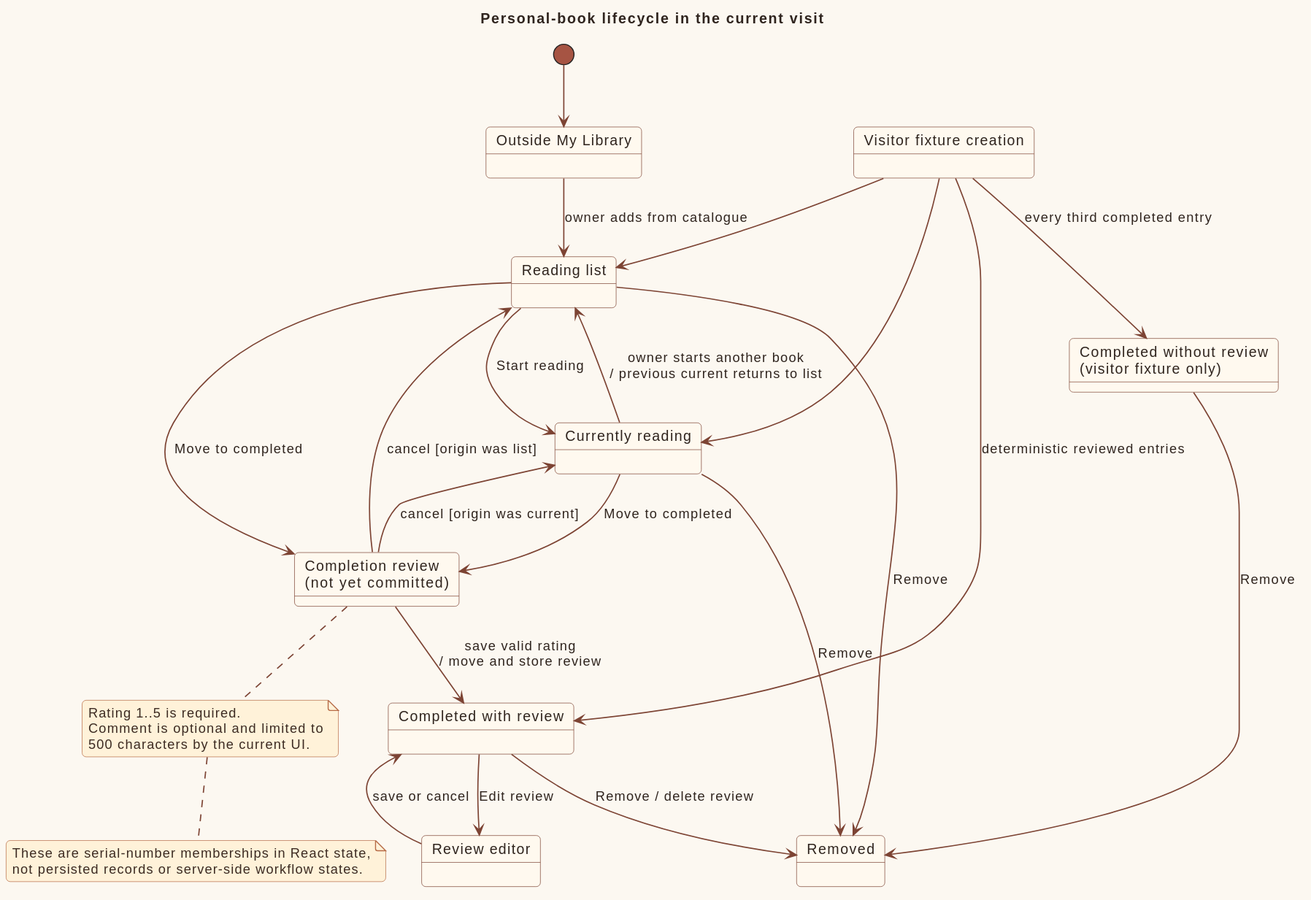
Above: docs/diagrams/rendered/personal-book-lifecycle.svg in colinhia/digital-singlit-bookshelf-poc (PlantUML), before the change. Source of this version:
```plantuml
@startuml
!include _theme.iuml

title Personal-book lifecycle in the current visit

state "Outside My Library" as Outside
state "Reading list" as ReadingList
state "Currently reading" as Current
state "Completion review\n(not yet committed)" as CompletionReview
state "Completed with review" as CompletedReviewed
state "Completed without review\n(visitor fixture only)" as CompletedUnreviewed
state "Review editor" as ReviewEditor
state "Removed" as Removed

[*] --> Outside
Outside --> ReadingList : owner adds from catalogue
ReadingList --> Current : Start reading
Current --> ReadingList : owner starts another book\n/ previous current returns to list
ReadingList --> CompletionReview : Move to completed
Current --> CompletionReview : Move to completed
CompletionReview --> ReadingList : cancel [origin was list]
CompletionReview --> Current : cancel [origin was current]
CompletionReview --> CompletedReviewed : save valid rating\n/ move and store review
CompletedReviewed --> ReviewEditor : Edit review
ReviewEditor --> CompletedReviewed : save or cancel
ReadingList --> Removed : Remove
Current --> Removed : Remove
CompletedReviewed --> Removed : Remove / delete review
CompletedUnreviewed --> Removed : Remove

state "Visitor fixture creation" as VisitorFixture
VisitorFixture --> CompletedReviewed : deterministic reviewed entries
VisitorFixture --> CompletedUnreviewed : every third completed entry
VisitorFixture --> Current
VisitorFixture --> ReadingList

note bottom of CompletionReview
  Rating 1..5 is required.
  Comment is optional and limited to
  500 characters by the current UI.
end note

note bottom
  These are serial-number memberships in React state,
  not persisted records or server-side workflow states.
end note
@enduml
```
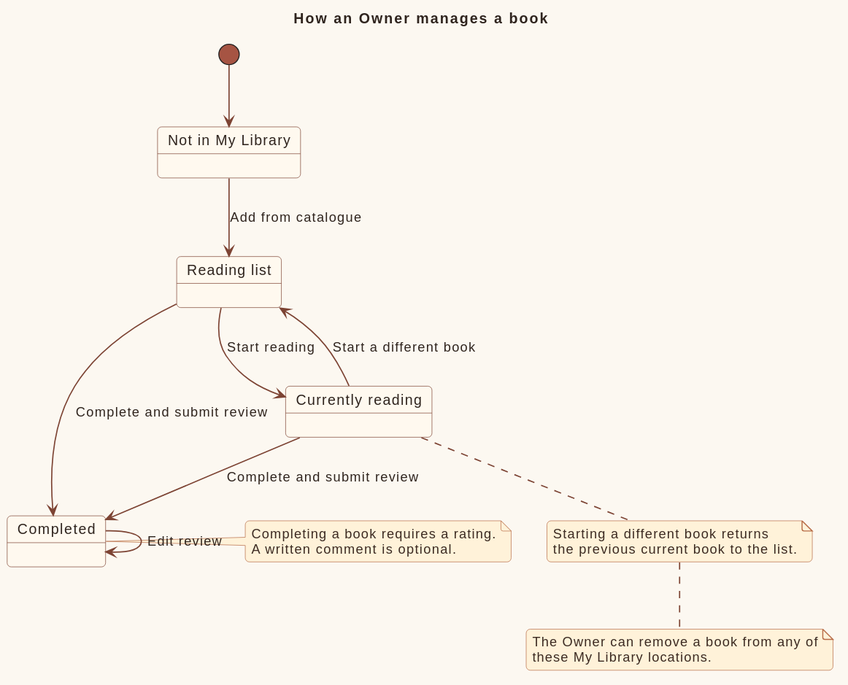
Later version of the same file.

Diff of the diagram source:
```diff
@@ -1,47 +1,33 @@
 @startuml
 !include _theme.iuml
 
-title Personal-book lifecycle in the current visit
+title How an Owner manages a book
 
-state "Outside My Library" as Outside
+state "Not in My Library" as Outside
 state "Reading list" as ReadingList
 state "Currently reading" as Current
-state "Completion review\n(not yet committed)" as CompletionReview
-state "Completed with review" as CompletedReviewed
-state "Completed without review\n(visitor fixture only)" as CompletedUnreviewed
-state "Review editor" as ReviewEditor
-state "Removed" as Removed
+state "Completed" as Completed
 
 [*] --> Outside
-Outside --> ReadingList : owner adds from catalogue
+Outside --> ReadingList : Add from catalogue
 ReadingList --> Current : Start reading
-Current --> ReadingList : owner starts another book\n/ previous current returns to list
-ReadingList --> CompletionReview : Move to completed
-Current --> CompletionReview : Move to completed
-CompletionReview --> ReadingList : cancel [origin was list]
-CompletionReview --> Current : cancel [origin was current]
-CompletionReview --> CompletedReviewed : save valid rating\n/ move and store review
-CompletedReviewed --> ReviewEditor : Edit review
-ReviewEditor --> CompletedReviewed : save or cancel
-ReadingList --> Removed : Remove
-Current --> Removed : Remove
-CompletedReviewed --> Removed : Remove / delete review
-CompletedUnreviewed --> Removed : Remove
+Current --> ReadingList : Start a different book
+ReadingList --> Completed : Complete and submit review
+Current --> Completed : Complete and submit review
+Completed --> Completed : Edit review
 
-state "Visitor fixture creation" as VisitorFixture
-VisitorFixture --> CompletedReviewed : deterministic reviewed entries
-VisitorFixture --> CompletedUnreviewed : every third completed entry
-VisitorFixture --> Current
-VisitorFixture --> ReadingList
+note right of Completed
+  Completing a book requires a rating.
+  A written comment is optional.
+end note
 
-note bottom of CompletionReview
-  Rating 1..5 is required.
-  Comment is optional and limited to
-  500 characters by the current UI.
+note bottom of Current
+  Starting a different book returns
+  the previous current book to the list.
 end note
 
 note bottom
-  These are serial-number memberships in React state,
-  not persisted records or server-side workflow states.
+  The Owner can remove a book from any of
+  these My Library locations.
 end note
 @enduml
```
